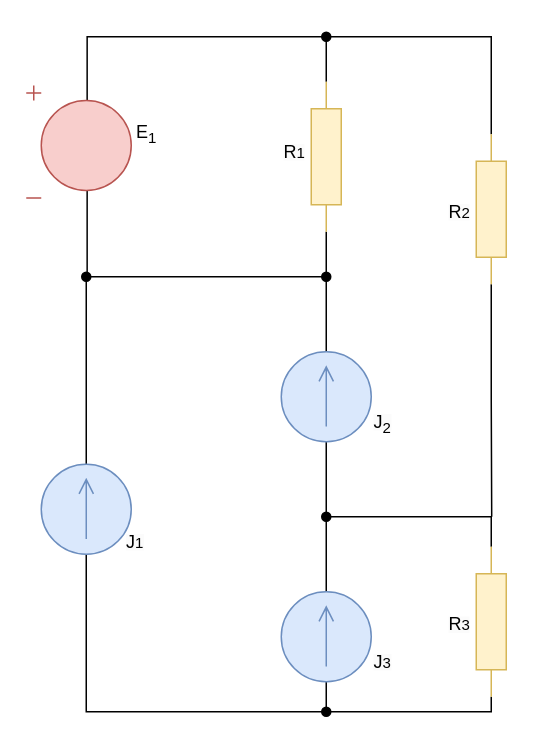
Earlier version of the draw.io diagram page "task_denotes" (2 of 4) of lab1/lab1.drawio (nlrezortiez/eltex_23-24). Source tidied: cells renumbered, new cells numbered last; positions are measured from the earlier drawing's top-left corner, leaving out a move shared by most shapes. Both pictures are drawn from the tidied source at 150%, with x=0, y=0 at pixel (26, 36).
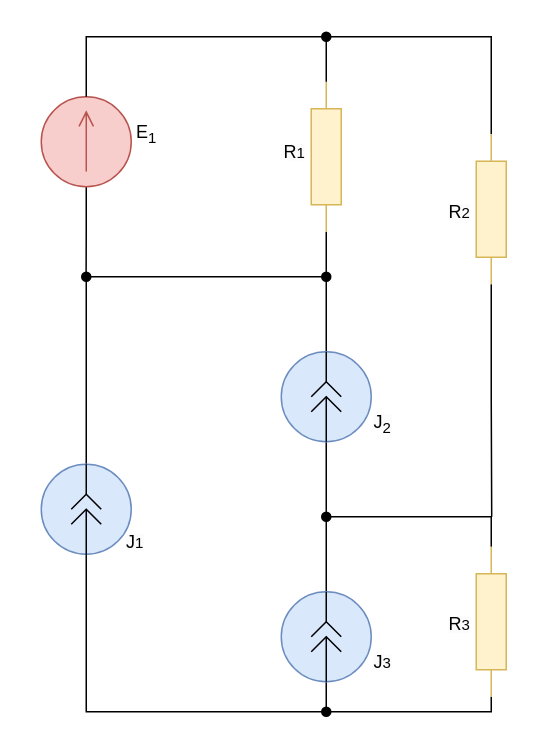
After the change.

Unchanged cells that the change refers to:
```xml
<mxCell id="9" style="verticalLabelPosition=bottom;shadow=0;dashed=0;align=center;html=1;verticalAlign=top;shape=mxgraph.electrical.resistors.resistor_1;direction=south;fillColor=#fff2cc;strokeColor=#d6b656;" parent="1" vertex="1">
  <mxGeometry x="190" y="30" width="20" height="100" as="geometry" />
</mxCell>
```

Diff of the diagram source:
```diff
@@
-    <mxCell id="2" style="edgeStyle=orthogonalEdgeStyle;rounded=0;jettySize=auto;html=1;exitX=0.58;exitY=0.135;exitDx=0;exitDy=0;exitPerimeter=0;entryX=0;entryY=0.5;entryDx=0;entryDy=0;entryPerimeter=0;endArrow=none;endFill=0;" parent="1" edge="1" source="4" target="9">
-      <mxGeometry relative="1" as="geometry">
-        <Array as="points">
-          <mxPoint x="41" />
-          <mxPoint x="200" />
-        </Array>
-      </mxGeometry>
-    </mxCell>
-    <mxCell id="3" style="edgeStyle=orthogonalEdgeStyle;rounded=0;jettySize=auto;html=1;exitX=0.58;exitY=0.935;exitDx=0;exitDy=0;exitPerimeter=0;endArrow=none;endFill=0;" parent="1" edge="1" source="4">
-      <mxGeometry relative="1" as="geometry">
-        <mxPoint x="40.6" y="160" as="targetPoint" />
-      </mxGeometry>
-    </mxCell>
-    <mxCell id="4" style="verticalLabelPosition=bottom;shadow=0;dashed=0;align=center;html=1;verticalAlign=top;shape=mxgraph.electrical.signal_sources.dc_source_1;fillColor=#f8cecc;strokeColor=#b85450;" parent="1" vertex="1">
-      <mxGeometry y="32.5" width="70" height="75" as="geometry" />
-    </mxCell>
@@
-    <mxCell id="13" style="edgeStyle=orthogonalEdgeStyle;rounded=0;jettySize=auto;html=1;exitX=0;exitY=0.5;exitDx=0;exitDy=0;exitPerimeter=0;entryX=0;entryY=0.5;entryDx=0;entryDy=0;entryPerimeter=0;endArrow=none;endFill=0;" parent="1" edge="1" source="15" target="20">
-      <mxGeometry relative="1" as="geometry" />
-    </mxCell>
-    <mxCell id="14" style="edgeStyle=orthogonalEdgeStyle;rounded=0;jettySize=auto;html=1;exitX=1;exitY=0.5;exitDx=0;exitDy=0;exitPerimeter=0;endArrow=oval;endFill=1;" parent="1" edge="1" source="15">
+    <mxCell id="14" style="edgeStyle=orthogonalEdgeStyle;rounded=0;orthogonalLoop=1;jettySize=auto;html=1;exitX=1;exitY=0.5;exitDx=0;exitDy=0;exitPerimeter=0;endArrow=oval;endFill=1;" parent="1" edge="1">
       <mxGeometry relative="1" as="geometry">
+        <mxPoint x="40" y="285" as="sourcePoint" />
         <mxPoint x="40" y="160" as="targetPoint" />
       </mxGeometry>
     </mxCell>
-    <mxCell id="15" style="verticalLabelPosition=bottom;shadow=0;dashed=0;align=center;html=1;verticalAlign=top;shape=mxgraph.electrical.signal_sources.source;points=[[0.5,0,0],[1,0.5,0],[0.5,1,0],[0,0.5,0]];elSignalType=dc1;direction=north;fillColor=#dae8fc;strokeColor=#6c8ebf;" parent="1" vertex="1">
-      <mxGeometry x="10" y="285" width="60" height="60" as="geometry" />
-    </mxCell>
-    <mxCell id="16" style="edgeStyle=orthogonalEdgeStyle;rounded=0;jettySize=auto;html=1;exitX=0;exitY=0.5;exitDx=0;exitDy=0;exitPerimeter=0;endArrow=none;endFill=0;" parent="1" edge="1" source="18">
-      <mxGeometry relative="1" as="geometry">
-        <mxPoint x="200" y="320" as="targetPoint" />
-      </mxGeometry>
-    </mxCell>
-    <mxCell id="17" style="edgeStyle=orthogonalEdgeStyle;rounded=0;jettySize=auto;html=1;exitX=1;exitY=0.5;exitDx=0;exitDy=0;exitPerimeter=0;endArrow=none;endFill=0;" parent="1" edge="1" source="18">
-      <mxGeometry relative="1" as="geometry">
-        <mxPoint x="40" y="160" as="targetPoint" />
-        <Array as="points">
-          <mxPoint x="200" y="160" />
-        </Array>
-      </mxGeometry>
-    </mxCell>
-    <mxCell id="18" style="verticalLabelPosition=bottom;shadow=0;dashed=0;align=center;html=1;verticalAlign=top;shape=mxgraph.electrical.signal_sources.source;points=[[0.5,0,0],[1,0.5,0],[0.5,1,0],[0,0.5,0]];elSignalType=dc1;direction=north;fillColor=#dae8fc;strokeColor=#6c8ebf;" parent="1" vertex="1">
-      <mxGeometry x="170" y="210" width="60" height="60" as="geometry" />
-    </mxCell>
-    <mxCell id="19" style="edgeStyle=orthogonalEdgeStyle;rounded=0;jettySize=auto;html=1;exitX=1;exitY=0.5;exitDx=0;exitDy=0;exitPerimeter=0;endArrow=oval;endFill=1;" parent="1" edge="1" source="20">
-      <mxGeometry relative="1" as="geometry">
-        <mxPoint x="200" y="320" as="targetPoint" />
-      </mxGeometry>
-    </mxCell>
-    <mxCell id="20" style="verticalLabelPosition=bottom;shadow=0;dashed=0;align=center;html=1;verticalAlign=top;shape=mxgraph.electrical.signal_sources.source;points=[[0.5,0,0],[1,0.5,0],[0.5,1,0],[0,0.5,0]];elSignalType=dc1;direction=north;fillColor=#dae8fc;strokeColor=#6c8ebf;" parent="1" vertex="1">
-      <mxGeometry x="170" y="370" width="60" height="60" as="geometry" />
-    </mxCell>
@@
+    <mxCell id="28" style="ellipse;whiteSpace=wrap;html=1;fillColor=#dae8fc;strokeColor=#6c8ebf;" parent="1" vertex="1">
+      <mxGeometry x="10" y="285" width="60" height="60" as="geometry" />
+    </mxCell>
+    <mxCell id="29" style="verticalLabelPosition=bottom;shadow=0;dashed=0;align=center;html=1;verticalAlign=top;shape=mxgraph.electrical.miscellaneous.plug_socket_connection;" parent="1" vertex="1">
+      <mxGeometry x="30" y="305" width="20" height="20" as="geometry" />
+    </mxCell>
+    <mxCell id="30" style="endArrow=none;html=1;rounded=0;exitX=0.5;exitY=1;exitDx=0;exitDy=0;entryX=0.5;entryY=0.5;entryDx=0;entryDy=0;entryPerimeter=0;" parent="1" edge="1" source="28" target="29">
+      <mxGeometry relative="1" as="geometry" />
+    </mxCell>
+    <mxCell id="31" style="endArrow=none;html=1;rounded=0;exitX=0.5;exitY=0;exitDx=0;exitDy=0;entryX=0.5;entryY=0;entryDx=0;entryDy=0;exitPerimeter=0;" parent="1" edge="1" source="29" target="28">
+      <mxGeometry relative="1" as="geometry" />
+    </mxCell>
+    <mxCell id="32" style="edgeStyle=orthogonalEdgeStyle;rounded=0;jettySize=auto;html=1;exitX=0.5;exitY=1;exitDx=0;exitDy=0;entryX=0.5;entryY=1;entryDx=0;entryDy=0;endArrow=none;endFill=0;" parent="1" edge="1" source="34" target="28">
+      <mxGeometry relative="1" as="geometry" />
+    </mxCell>
+    <mxCell id="33" style="edgeStyle=orthogonalEdgeStyle;rounded=0;jettySize=auto;html=1;exitX=0.5;exitY=0;exitDx=0;exitDy=0;endArrow=oval;endFill=1;" parent="1" edge="1" source="34">
+      <mxGeometry relative="1" as="geometry">
+        <mxPoint x="200" y="320" as="targetPoint" />
+      </mxGeometry>
+    </mxCell>
+    <mxCell id="34" style="ellipse;whiteSpace=wrap;html=1;fillColor=#dae8fc;strokeColor=#6c8ebf;" parent="1" vertex="1">
+      <mxGeometry x="170" y="370" width="60" height="60" as="geometry" />
+    </mxCell>
+    <mxCell id="35" style="verticalLabelPosition=bottom;shadow=0;dashed=0;align=center;html=1;verticalAlign=top;shape=mxgraph.electrical.miscellaneous.plug_socket_connection;" parent="1" vertex="1">
+      <mxGeometry x="190" y="390" width="20" height="20" as="geometry" />
+    </mxCell>
+    <mxCell id="36" style="endArrow=none;html=1;rounded=0;entryX=0.5;entryY=0.5;entryDx=0;entryDy=0;entryPerimeter=0;" parent="1" edge="1" target="35">
+      <mxGeometry relative="1" as="geometry">
+        <mxPoint x="200" y="430" as="sourcePoint" />
+      </mxGeometry>
+    </mxCell>
+    <mxCell id="37" style="endArrow=none;html=1;rounded=0;exitX=0.5;exitY=0;exitDx=0;exitDy=0;entryX=0.5;entryY=0;entryDx=0;entryDy=0;exitPerimeter=0;" parent="1" edge="1" source="35" target="34">
+      <mxGeometry relative="1" as="geometry" />
+    </mxCell>
+    <mxCell id="38" style="edgeStyle=orthogonalEdgeStyle;rounded=0;jettySize=auto;html=1;exitX=0.5;exitY=1;exitDx=0;exitDy=0;endArrow=none;endFill=0;" parent="1" edge="1" source="40">
+      <mxGeometry relative="1" as="geometry">
+        <mxPoint x="200" y="320" as="targetPoint" />
+      </mxGeometry>
+    </mxCell>
+    <mxCell id="39" style="edgeStyle=orthogonalEdgeStyle;rounded=0;jettySize=auto;html=1;exitX=0.5;exitY=0;exitDx=0;exitDy=0;endArrow=none;endFill=0;" parent="1" edge="1" source="40">
+      <mxGeometry relative="1" as="geometry">
+        <mxPoint x="40" y="160" as="targetPoint" />
+        <Array as="points">
+          <mxPoint x="200" y="160" />
+        </Array>
+      </mxGeometry>
+    </mxCell>
+    <mxCell id="40" style="ellipse;whiteSpace=wrap;html=1;fillColor=#dae8fc;strokeColor=#6c8ebf;" parent="1" vertex="1">
+      <mxGeometry x="170" y="210" width="60" height="60" as="geometry" />
+    </mxCell>
+    <mxCell id="41" style="verticalLabelPosition=bottom;shadow=0;dashed=0;align=center;html=1;verticalAlign=top;shape=mxgraph.electrical.miscellaneous.plug_socket_connection;" parent="1" vertex="1">
+      <mxGeometry x="190" y="230" width="20" height="20" as="geometry" />
+    </mxCell>
+    <mxCell id="42" style="endArrow=none;html=1;rounded=0;exitX=0.5;exitY=1;exitDx=0;exitDy=0;entryX=0.5;entryY=0.5;entryDx=0;entryDy=0;entryPerimeter=0;" parent="1" edge="1" source="40" target="41">
+      <mxGeometry relative="1" as="geometry" />
+    </mxCell>
+    <mxCell id="43" style="endArrow=none;html=1;rounded=0;exitX=0.5;exitY=0;exitDx=0;exitDy=0;entryX=0.5;entryY=0;entryDx=0;entryDy=0;exitPerimeter=0;" parent="1" edge="1" source="41" target="40">
+      <mxGeometry relative="1" as="geometry" />
+    </mxCell>
+    <mxCell id="44" style="edgeStyle=orthogonalEdgeStyle;rounded=0;jettySize=auto;html=1;exitX=0;exitY=0.5;exitDx=0;exitDy=0;exitPerimeter=0;endArrow=none;endFill=0;" parent="1" edge="1" source="45">
+      <mxGeometry relative="1" as="geometry">
+        <mxPoint x="39.9" y="160" as="targetPoint" />
+      </mxGeometry>
+    </mxCell>
+    <mxCell id="45" style="verticalLabelPosition=bottom;shadow=0;dashed=0;align=center;html=1;verticalAlign=top;shape=mxgraph.electrical.signal_sources.source;points=[[0.5,0,0],[1,0.5,0],[0.5,1,0],[0,0.5,0]];elSignalType=dc1;direction=north;fillColor=#f8cecc;strokeColor=#b85450;" parent="1" vertex="1">
+      <mxGeometry x="10" y="40" width="60" height="60" as="geometry" />
+    </mxCell>
+    <mxCell id="46" style="edgeStyle=orthogonalEdgeStyle;rounded=0;jettySize=auto;html=1;exitX=1;exitY=0.5;exitDx=0;exitDy=0;exitPerimeter=0;entryX=0;entryY=0.5;entryDx=0;entryDy=0;entryPerimeter=0;endArrow=none;endFill=0;" parent="1" edge="1" source="45" target="9">
+      <mxGeometry relative="1" as="geometry">
+        <Array as="points">
+          <mxPoint x="40" />
+          <mxPoint x="200" />
+        </Array>
+      </mxGeometry>
+    </mxCell>
```
